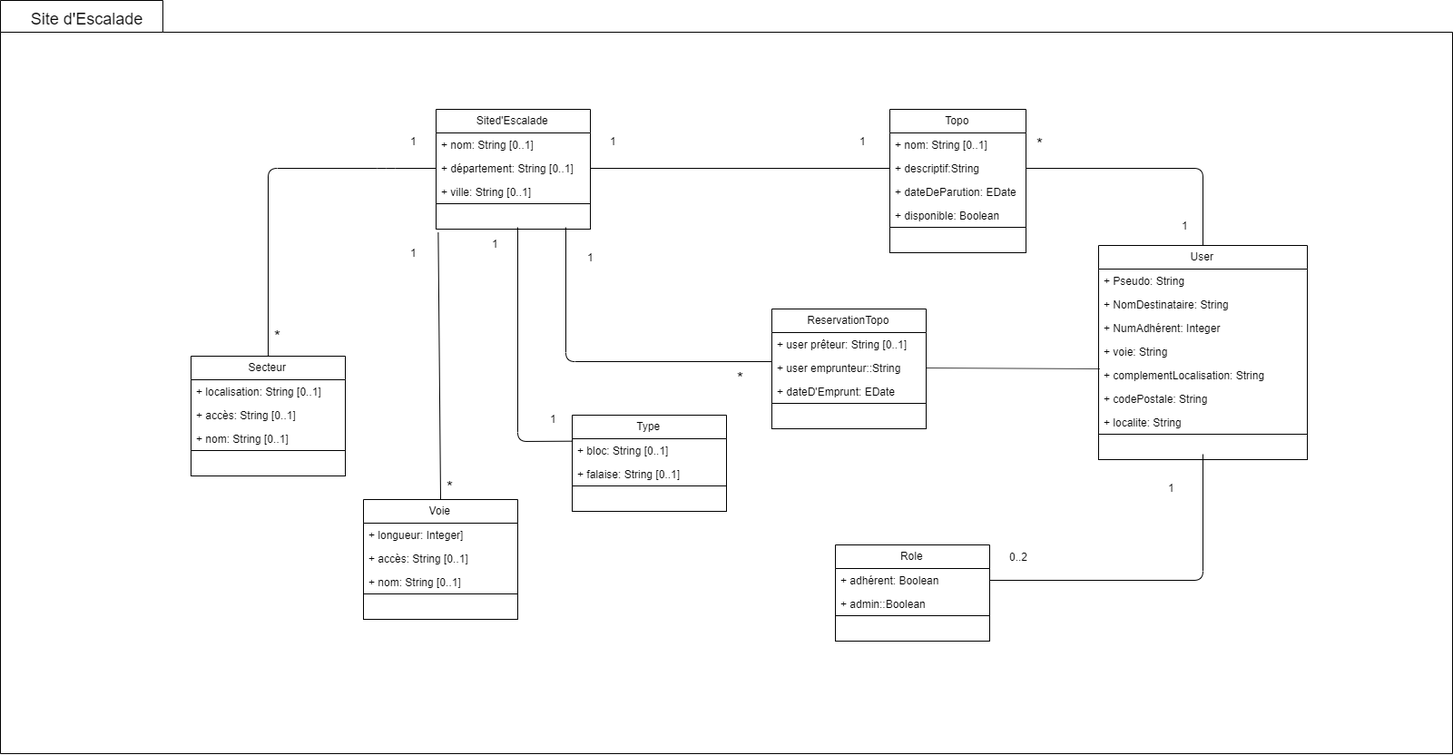
The draw.io diagram Diagramme de classe projet 6.png in touil2019/les-amis-de-l-escaladeP6, before a commit. Source tidied: cells renumbered, new cells last; positions are measured from the earlier drawing's top-left corner, leaving out a move shared by most shapes.
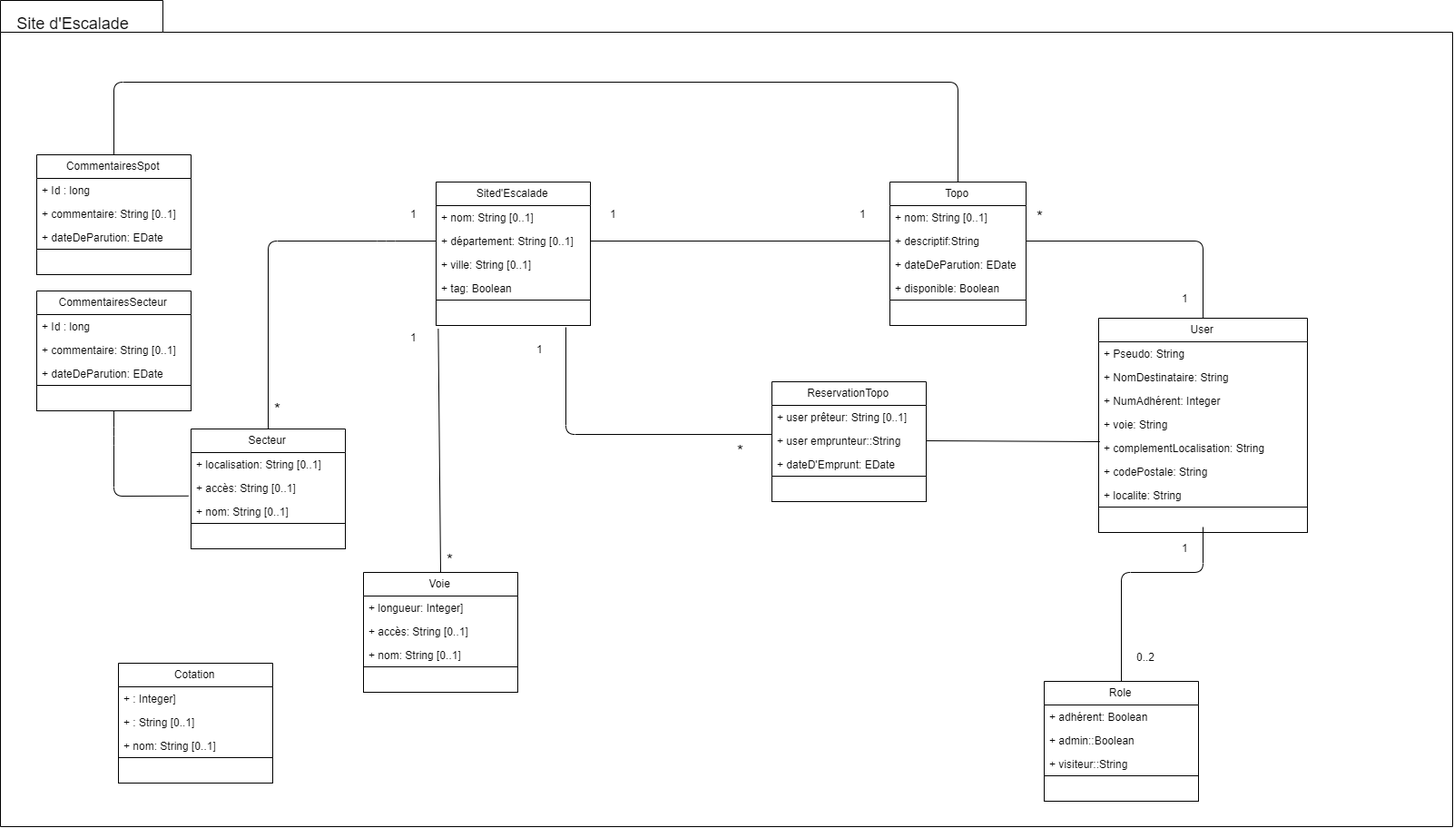
After the change.

The edit, as a diff of the source:
```diff
@@ -2,8 +2,8 @@
   <root>
     <mxCell id="0" />
     <mxCell id="1" parent="0" />
-    <mxCell id="2" style="shape=folder;fontStyle=1;spacingTop=10;tabWidth=179;tabHeight=35;tabPosition=left;html=1;" parent="1" vertex="1">
-      <mxGeometry width="1600" height="830" as="geometry" />
+    <mxCell id="2" value="&lt;span style=&quot;color: rgba(0 , 0 , 0 , 0) ; font-family: monospace ; font-size: 0px ; font-weight: 400&quot;&gt;%3CmxGraphModel%3E%3Croot%3E%3CmxCell%20id%3D%220%22%2F%3E%3CmxCell%20id%3D%221%22%20parent%3D%220%22%2F%3E%3CmxCell%20id%3D%222%22%20value%3D%22Voie%22%20style%3D%22swimlane%3BfontStyle%3D0%3BchildLayout%3DstackLayout%3Bhorizontal%3D1%3BstartSize%3D26%3BfillColor%3Dnone%3BhorizontalStack%3D0%3BresizeParent%3D1%3BresizeParentMax%3D0%3BresizeLast%3D0%3Bcollapsible%3D1%3BmarginBottom%3D0%3B%22%20vertex%3D%221%22%20parent%3D%221%22%3E%3CmxGeometry%20x%3D%22-210%22%20y%3D%22220%22%20width%3D%22170%22%20height%3D%22132%22%20as%3D%22geometry%22%2F%3E%3C%2FmxCell%3E%3CmxCell%20id%3D%223%22%20value%3D%22%2B%20longueur%3A%20Integer%5D%22%20style%3D%22text%3BstrokeColor%3Dnone%3BfillColor%3Dnone%3Balign%3Dleft%3BverticalAlign%3Dtop%3BspacingLeft%3D4%3BspacingRight%3D4%3Boverflow%3Dhidden%3Brotatable%3D0%3Bpoints%3D%5B%5B0%2C0.5%5D%2C%5B1%2C0.5%5D%5D%3BportConstraint%3Deastwest%3B%22%20vertex%3D%221%22%20parent%3D%222%22%3E%3CmxGeometry%20y%3D%2226%22%20width%3D%22170%22%20height%3D%2226%22%20as%3D%22geometry%22%2F%3E%3C%2FmxCell%3E%3CmxCell%20id%3D%224%22%20value%3D%22%2B%20acc%C3%A8s%3A%20String%20%5B0..1%5D%22%20style%3D%22text%3BstrokeColor%3Dnone%3BfillColor%3Dnone%3Balign%3Dleft%3BverticalAlign%3Dtop%3BspacingLeft%3D4%3BspacingRight%3D4%3Boverflow%3Dhidden%3Brotatable%3D0%3Bpoints%3D%5B%5B0%2C0.5%5D%2C%5B1%2C0.5%5D%5D%3BportConstraint%3Deastwest%3B%22%20vertex%3D%221%22%20parent%3D%222%22%3E%3CmxGeometry%20y%3D%2252%22%20width%3D%22170%22%20height%3D%2226%22%20as%3D%22geometry%22%2F%3E%3C%2FmxCell%3E%3CmxCell%20id%3D%225%22%20value%3D%22%2B%20nom%3A%20String%20%5B0..1%5D%22%20style%3D%22text%3BstrokeColor%3Dnone%3BfillColor%3Dnone%3Balign%3Dleft%3BverticalAlign%3Dtop%3BspacingLeft%3D4%3BspacingRight%3D4%3Boverflow%3Dhidden%3Brotatable%3D0%3Bpoints%3D%5B%5B0%2C0.5%5D%2C%5B1%2C0.5%5D%5D%3BportConstraint%3Deastwest%3B%22%20vertex%3D%221%22%20parent%3D%222%22%3E%3CmxGeometry%20y%3D%2278%22%20width%3D%22170%22%20height%3D%2226%22%20as%3D%22geometry%22%2F%3E%3C%2FmxCell%3E%3CmxCell%20id%3D%226%22%20value%3D%22%22%20style%3D%22rounded%3D0%3BwhiteSpace%3Dwrap%3Bhtml%3D1%3B%22%20vertex%3D%221%22%20parent%3D%222%22%3E%3CmxGeometry%20y%3D%22104%22%20width%3D%22170%22%20height%3D%2228%22%20as%3D%22geometry%22%2F%3E%3C%2FmxCell%3E%3C%2Froot%3E%3C%2FmxGraphModel%3E&lt;/span&gt;" style="shape=folder;fontStyle=1;spacingTop=10;tabWidth=179;tabHeight=35;tabPosition=left;html=1;" parent="1" vertex="1">
+      <mxGeometry y="-80" width="1600" height="910" as="geometry" />
     </mxCell>
     <mxCell id="3" value="Topo" style="swimlane;fontStyle=0;horizontal=1;startSize=26;fillColor=none;" parent="1" vertex="1">
       <mxGeometry x="980" y="120" width="150" height="158" as="geometry" />
@@ -24,7 +24,7 @@
       <mxGeometry y="130" width="150" height="28" as="geometry" />
     </mxCell>
     <mxCell id="9" value="&lt;font style=&quot;font-size: 18px&quot;&gt;Site d'Escalade&lt;/font&gt;" style="text;html=1;strokeColor=none;fillColor=none;align=center;verticalAlign=middle;whiteSpace=wrap;rounded=0;" parent="1" vertex="1">
-      <mxGeometry x="24.5" y="5" width="140" height="30" as="geometry" />
+      <mxGeometry x="10" y="-70" width="140" height="30" as="geometry" />
     </mxCell>
     <mxCell id="10" value="User" style="swimlane;fontStyle=0;horizontal=1;startSize=26;fillColor=none;" parent="1" vertex="1">
       <mxGeometry x="1210" y="270" width="230" height="236" as="geometry" />
@@ -54,7 +54,7 @@
       <mxGeometry y="208" width="230" height="28" as="geometry" />
     </mxCell>
     <mxCell id="19" value="Sited'Escalade" style="swimlane;fontStyle=0;horizontal=1;startSize=26;fillColor=none;" parent="1" vertex="1">
-      <mxGeometry x="480" y="120" width="170" height="132" as="geometry" />
+      <mxGeometry x="480" y="120" width="170" height="158" as="geometry" />
     </mxCell>
     <mxCell id="20" value="+ nom: String [0..1]" style="text;strokeColor=none;fillColor=none;align=left;verticalAlign=top;spacingLeft=4;spacingRight=4;overflow=hidden;" parent="19" vertex="1">
       <mxGeometry y="26" width="170" height="26" as="geometry" />
@@ -65,8 +65,11 @@
     <mxCell id="22" value="+ ville: String [0..1]" style="text;strokeColor=none;fillColor=none;align=left;verticalAlign=top;spacingLeft=4;spacingRight=4;overflow=hidden;" parent="19" vertex="1">
       <mxGeometry y="78" width="170" height="26" as="geometry" />
     </mxCell>
+    <mxCell id="69" value="+ tag: Boolean" style="text;strokeColor=none;fillColor=none;align=left;verticalAlign=top;spacingLeft=4;spacingRight=4;overflow=hidden;" parent="19" vertex="1">
+      <mxGeometry y="104" width="170" height="26" as="geometry" />
+    </mxCell>
     <mxCell id="23" style="rounded=0;whiteSpace=wrap;html=1;" parent="19" vertex="1">
-      <mxGeometry y="104" width="170" height="28" as="geometry" />
+      <mxGeometry y="130" width="170" height="28" as="geometry" />
     </mxCell>
     <mxCell id="24" value="ReservationTopo" style="swimlane;fontStyle=0;horizontal=1;startSize=26;fillColor=none;" parent="1" vertex="1">
       <mxGeometry x="850" y="340" width="170" height="132" as="geometry" />
@@ -113,26 +116,6 @@
     <mxCell id="38" style="rounded=0;whiteSpace=wrap;html=1;" parent="34" vertex="1">
       <mxGeometry y="104" width="170" height="28" as="geometry" />
     </mxCell>
-    <mxCell id="39" value="Type" style="swimlane;fontStyle=0;horizontal=1;startSize=26;fillColor=none;" parent="1" vertex="1">
-      <mxGeometry x="630" y="457" width="170" height="106" as="geometry" />
-    </mxCell>
-    <mxCell id="40" value="+ bloc: String [0..1]" style="text;strokeColor=none;fillColor=none;align=left;verticalAlign=top;spacingLeft=4;spacingRight=4;overflow=hidden;points=[[0,0.5],[1,0.5]];portConstraint=eastwest;" parent="39" vertex="1">
-      <mxGeometry y="26" width="170" height="26" as="geometry" />
-    </mxCell>
-    <mxCell id="41" value="+ falaise: String [0..1]" style="text;strokeColor=none;fillColor=none;align=left;verticalAlign=top;spacingLeft=4;spacingRight=4;overflow=hidden;" parent="39" vertex="1">
-      <mxGeometry y="52" width="170" height="26" as="geometry" />
-    </mxCell>
-    <mxCell id="42" style="rounded=0;whiteSpace=wrap;html=1;" parent="39" vertex="1">
-      <mxGeometry y="78" width="170" height="28" as="geometry" />
-    </mxCell>
-    <mxCell id="43" style="endArrow=none;html=1;entryX=0.004;entryY=0.103;entryDx=0;entryDy=0;entryPerimeter=0;" parent="1" edge="1" target="40">
-      <mxGeometry relative="1" as="geometry">
-        <mxPoint x="570" y="250" as="sourcePoint" />
-        <Array as="points">
-          <mxPoint x="570" y="486" />
-        </Array>
-      </mxGeometry>
-    </mxCell>
     <mxCell id="44" style="endArrow=none;html=1;entryX=0.5;entryY=0;entryDx=0;entryDy=0;exitX=0.014;exitY=1.133;exitDx=0;exitDy=0;exitPerimeter=0;" parent="1" edge="1" source="23" target="34">
       <mxGeometry relative="1" as="geometry" />
     </mxCell>
@@ -156,7 +139,7 @@
     </mxCell>
     <mxCell id="48" style="endArrow=none;html=1;entryX=0;entryY=0.231;entryDx=0;entryDy=0;entryPerimeter=0;" parent="1" edge="1" target="26">
       <mxGeometry relative="1" as="geometry">
-        <mxPoint x="623" y="250" as="sourcePoint" />
+        <mxPoint x="623" y="280" as="sourcePoint" />
         <Array as="points">
           <mxPoint x="623" y="398" />
         </Array>
@@ -184,7 +167,7 @@
       <mxGeometry x="1290" y="235" width="30" height="30" as="geometry" />
     </mxCell>
     <mxCell id="56" value="Role" style="swimlane;fontStyle=0;horizontal=1;startSize=26;fillColor=none;" parent="1" vertex="1">
-      <mxGeometry x="920" y="600" width="170" height="106" as="geometry" />
+      <mxGeometry x="1150" y="670" width="170" height="132" as="geometry" />
     </mxCell>
     <mxCell id="57" value="+ adhérent: Boolean" style="text;strokeColor=none;fillColor=none;align=left;verticalAlign=top;spacingLeft=4;spacingRight=4;overflow=hidden;points=[[0,0.5],[1,0.5]];portConstraint=eastwest;" parent="56" vertex="1">
       <mxGeometry y="26" width="170" height="26" as="geometry" />
@@ -192,25 +175,26 @@
     <mxCell id="58" value="+ admin::Boolean" style="text;strokeColor=none;fillColor=none;align=left;verticalAlign=top;spacingLeft=4;spacingRight=4;overflow=hidden;" parent="56" vertex="1">
       <mxGeometry y="52" width="170" height="26" as="geometry" />
     </mxCell>
+    <mxCell id="70" value="+ visiteur::String" style="text;strokeColor=none;fillColor=none;align=left;verticalAlign=top;spacingLeft=4;spacingRight=4;overflow=hidden;" parent="56" vertex="1">
+      <mxGeometry y="78" width="170" height="26" as="geometry" />
+    </mxCell>
     <mxCell id="59" style="rounded=0;whiteSpace=wrap;html=1;" parent="56" vertex="1">
-      <mxGeometry y="78" width="170" height="28" as="geometry" />
+      <mxGeometry y="104" width="170" height="28" as="geometry" />
     </mxCell>
-    <mxCell id="60" style="endArrow=none;html=1;exitX=1;exitY=0.5;exitDx=0;exitDy=0;" parent="1" edge="1" source="57">
+    <mxCell id="60" style="endArrow=none;html=1;exitX=0.5;exitY=0;exitDx=0;exitDy=0;" parent="1" edge="1" source="56">
       <mxGeometry relative="1" as="geometry">
         <mxPoint x="1325" y="500" as="targetPoint" />
         <Array as="points">
-          <mxPoint x="1325" y="639" />
+          <mxPoint x="1235" y="550" />
+          <mxPoint x="1325" y="550" />
         </Array>
       </mxGeometry>
     </mxCell>
     <mxCell id="61" value="1" style="text;html=1;align=center;" parent="1" vertex="1">
-      <mxGeometry x="440" y="265" width="30" height="30" as="geometry" />
+      <mxGeometry x="440" y="278" width="30" height="30" as="geometry" />
     </mxCell>
-    <mxCell id="62" value="1" style="text;html=1;align=center;" parent="1" vertex="1">
-      <mxGeometry x="530" y="255" width="30" height="30" as="geometry" />
-    </mxCell>
     <mxCell id="63" value="1" style="text;html=1;align=center;" parent="1" vertex="1">
-      <mxGeometry x="635" y="270" width="30" height="30" as="geometry" />
+      <mxGeometry x="579.6" y="291" width="30" height="30" as="geometry" />
     </mxCell>
     <mxCell id="64" value="&lt;font style=&quot;font-size: 18px&quot;&gt;*&lt;/font&gt;" style="text;html=1;" parent="1" vertex="1">
       <mxGeometry x="490" y="520" width="40" height="30" as="geometry" />
@@ -218,14 +202,72 @@
     <mxCell id="65" value="&lt;font style=&quot;font-size: 18px&quot;&gt;*&lt;/font&gt;" style="text;html=1;" parent="1" vertex="1">
       <mxGeometry x="810" y="400" width="40" height="30" as="geometry" />
     </mxCell>
-    <mxCell id="66" value="1" style="text;html=1;align=center;" parent="1" vertex="1">
-      <mxGeometry x="594.5" y="448" width="30" height="30" as="geometry" />
-    </mxCell>
     <mxCell id="67" value="1" style="text;html=1;align=center;" parent="1" vertex="1">
-      <mxGeometry x="1275" y="524" width="30" height="30" as="geometry" />
+      <mxGeometry x="1290" y="510" width="30" height="30" as="geometry" />
     </mxCell>
     <mxCell id="68" value="0..2" style="text;html=1;" parent="1" vertex="1">
-      <mxGeometry x="1110" y="600" width="40" height="30" as="geometry" />
+      <mxGeometry x="1250" y="630" width="40" height="30" as="geometry" />
     </mxCell>
+    <mxCell id="71" value="CommentairesSpot" style="swimlane;fontStyle=0;horizontal=1;startSize=26;fillColor=none;" parent="1" vertex="1">
+      <mxGeometry x="40" y="90" width="170" height="132" as="geometry" />
+    </mxCell>
+    <mxCell id="72" value="+ Id : long" style="text;strokeColor=none;fillColor=none;align=left;verticalAlign=top;spacingLeft=4;spacingRight=4;overflow=hidden;" parent="71" vertex="1">
+      <mxGeometry y="26" width="170" height="26" as="geometry" />
+    </mxCell>
+    <mxCell id="73" value="+ commentaire: String [0..1]" style="text;strokeColor=none;fillColor=none;align=left;verticalAlign=top;spacingLeft=4;spacingRight=4;overflow=hidden;" parent="71" vertex="1">
+      <mxGeometry y="52" width="170" height="26" as="geometry" />
+    </mxCell>
+    <mxCell id="74" value="+ dateDeParution: EDate" style="text;strokeColor=none;fillColor=none;align=left;verticalAlign=top;spacingLeft=4;spacingRight=4;overflow=hidden;" parent="71" vertex="1">
+      <mxGeometry y="78" width="170" height="26" as="geometry" />
+    </mxCell>
+    <mxCell id="75" style="rounded=0;whiteSpace=wrap;html=1;" parent="71" vertex="1">
+      <mxGeometry y="104" width="170" height="28" as="geometry" />
+    </mxCell>
+    <mxCell id="76" style="endArrow=none;html=1;entryX=-0.017;entryY=0.837;entryDx=0;entryDy=0;exitX=0.5;exitY=1;exitDx=0;exitDy=0;entryPerimeter=0;" parent="1" edge="1" source="82" target="31">
+      <mxGeometry relative="1" as="geometry">
+        <Array as="points">
+          <mxPoint x="125" y="400" />
+          <mxPoint x="125" y="466" />
+        </Array>
+      </mxGeometry>
+    </mxCell>
+    <mxCell id="77" style="endArrow=none;html=1;entryX=0.5;entryY=0;entryDx=0;entryDy=0;exitX=0.5;exitY=0;exitDx=0;exitDy=0;" parent="1" edge="1" source="3" target="71">
+      <mxGeometry relative="1" as="geometry">
+        <Array as="points">
+          <mxPoint x="1055" y="10" />
+          <mxPoint x="125" y="10" />
+        </Array>
+      </mxGeometry>
+    </mxCell>
+    <mxCell id="78" value="CommentairesSecteur" style="swimlane;fontStyle=0;horizontal=1;startSize=26;fillColor=none;" parent="1" vertex="1">
+      <mxGeometry x="40" y="240" width="170" height="132" as="geometry" />
+    </mxCell>
+    <mxCell id="79" value="+ Id : long" style="text;strokeColor=none;fillColor=none;align=left;verticalAlign=top;spacingLeft=4;spacingRight=4;overflow=hidden;" parent="78" vertex="1">
+      <mxGeometry y="26" width="170" height="26" as="geometry" />
+    </mxCell>
+    <mxCell id="80" value="+ commentaire: String [0..1]" style="text;strokeColor=none;fillColor=none;align=left;verticalAlign=top;spacingLeft=4;spacingRight=4;overflow=hidden;" parent="78" vertex="1">
+      <mxGeometry y="52" width="170" height="26" as="geometry" />
+    </mxCell>
+    <mxCell id="81" value="+ dateDeParution: EDate" style="text;strokeColor=none;fillColor=none;align=left;verticalAlign=top;spacingLeft=4;spacingRight=4;overflow=hidden;" parent="78" vertex="1">
+      <mxGeometry y="78" width="170" height="26" as="geometry" />
+    </mxCell>
+    <mxCell id="82" style="rounded=0;whiteSpace=wrap;html=1;" parent="78" vertex="1">
+      <mxGeometry y="104" width="170" height="28" as="geometry" />
+    </mxCell>
+    <mxCell id="83" value="Cotation" style="swimlane;fontStyle=0;horizontal=1;startSize=26;fillColor=none;" parent="1" vertex="1">
+      <mxGeometry x="130" y="650" width="170" height="132" as="geometry" />
+    </mxCell>
+    <mxCell id="84" value="+ : Integer]" style="text;strokeColor=none;fillColor=none;align=left;verticalAlign=top;spacingLeft=4;spacingRight=4;overflow=hidden;" parent="83" vertex="1">
+      <mxGeometry y="26" width="170" height="26" as="geometry" />
+    </mxCell>
+    <mxCell id="85" value="+ : String [0..1]" style="text;strokeColor=none;fillColor=none;align=left;verticalAlign=top;spacingLeft=4;spacingRight=4;overflow=hidden;" parent="83" vertex="1">
+      <mxGeometry y="52" width="170" height="26" as="geometry" />
+    </mxCell>
+    <mxCell id="86" value="+ nom: String [0..1]" style="text;strokeColor=none;fillColor=none;align=left;verticalAlign=top;spacingLeft=4;spacingRight=4;overflow=hidden;" parent="83" vertex="1">
+      <mxGeometry y="78" width="170" height="26" as="geometry" />
+    </mxCell>
+    <mxCell id="87" style="rounded=0;whiteSpace=wrap;html=1;" parent="83" vertex="1">
+      <mxGeometry y="104" width="170" height="28" as="geometry" />
+    </mxCell>
   </root>
 </mxGraphModel>
```
